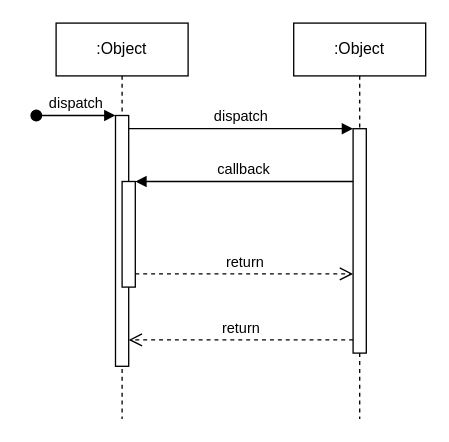
Above: 제목 없는 다이어그램.drawio in ghodome/note (draw.io), before the change. Source tidied: cells renumbered, new cells numbered last; positions are measured from the earlier drawing's top-left corner, leaving out a move shared by most shapes. Both pictures are drawn from the tidied source at 132%, with x=0, y=0 at pixel (36, 22).
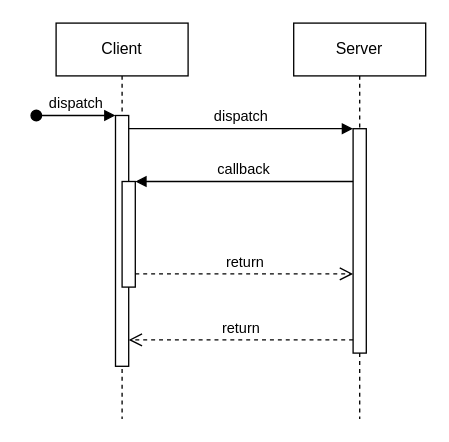
The same page after the edit.

Commit message:
제목 없는 다이어그램.drawio 업데이트

Change to the diagram source:
```diff
@@
 <mxGraphModel>
   <root>
     <mxCell id="0" />
     <mxCell id="1" parent="0" />
-    <mxCell id="2" value=":Object" style="shape=umlLifeline;perimeter=lifelinePerimeter;whiteSpace=wrap;html=1;newEdgeStyle={&quot;edgeStyle&quot;:&quot;elbowEdgeStyle&quot;,&quot;elbow&quot;:&quot;vertical&quot;,&quot;curved&quot;:0,&quot;rounded&quot;:0};" parent="1" vertex="1">
+    <mxCell id="2" value="Client" style="shape=umlLifeline;perimeter=lifelinePerimeter;whiteSpace=wrap;html=1;newEdgeStyle={&quot;edgeStyle&quot;:&quot;elbowEdgeStyle&quot;,&quot;elbow&quot;:&quot;vertical&quot;,&quot;curved&quot;:0,&quot;rounded&quot;:0};" parent="1" vertex="1">
       <mxGeometry x="15" width="100" height="300" as="geometry" />
     </mxCell>
     <mxCell id="3" style="html=1;points=[];perimeter=orthogonalPerimeter;outlineConnect=0;targetShapes=umlLifeline;portConstraint=eastwest;newEdgeStyle={&quot;edgeStyle&quot;:&quot;elbowEdgeStyle&quot;,&quot;elbow&quot;:&quot;vertical&quot;,&quot;curved&quot;:0,&quot;rounded&quot;:0};" parent="2" vertex="1">
       <mxGeometry x="45" y="70" width="10" height="190" as="geometry" />
     </mxCell>
     <mxCell id="4" value="dispatch" style="html=1;verticalAlign=bottom;startArrow=oval;endArrow=block;startSize=8;edgeStyle=elbowEdgeStyle;elbow=vertical;curved=0;rounded=0;" parent="2" edge="1" target="3">
       <mxGeometry relative="1" as="geometry">
         <mxPoint x="-15" y="70" as="sourcePoint" />
       </mxGeometry>
     </mxCell>
     <mxCell id="5" style="html=1;points=[];perimeter=orthogonalPerimeter;outlineConnect=0;targetShapes=umlLifeline;portConstraint=eastwest;newEdgeStyle={&quot;edgeStyle&quot;:&quot;elbowEdgeStyle&quot;,&quot;elbow&quot;:&quot;vertical&quot;,&quot;curved&quot;:0,&quot;rounded&quot;:0};" parent="2" vertex="1">
       <mxGeometry x="50" y="120" width="10" height="80" as="geometry" />
     </mxCell>
-    <mxCell id="6" value=":Object" style="shape=umlLifeline;perimeter=lifelinePerimeter;whiteSpace=wrap;html=1;newEdgeStyle={&quot;edgeStyle&quot;:&quot;elbowEdgeStyle&quot;,&quot;elbow&quot;:&quot;vertical&quot;,&quot;curved&quot;:0,&quot;rounded&quot;:0};" parent="1" vertex="1">
+    <mxCell id="6" value="Server" style="shape=umlLifeline;perimeter=lifelinePerimeter;whiteSpace=wrap;html=1;newEdgeStyle={&quot;edgeStyle&quot;:&quot;elbowEdgeStyle&quot;,&quot;elbow&quot;:&quot;vertical&quot;,&quot;curved&quot;:0,&quot;rounded&quot;:0};" parent="1" vertex="1">
       <mxGeometry x="195" width="100" height="300" as="geometry" />
     </mxCell>
     <mxCell id="7" style="html=1;points=[];perimeter=orthogonalPerimeter;outlineConnect=0;targetShapes=umlLifeline;portConstraint=eastwest;newEdgeStyle={&quot;edgeStyle&quot;:&quot;elbowEdgeStyle&quot;,&quot;elbow&quot;:&quot;vertical&quot;,&quot;curved&quot;:0,&quot;rounded&quot;:0};" parent="6" vertex="1">
       <mxGeometry x="45" y="80" width="10" height="170" as="geometry" />
     </mxCell>
     <mxCell id="8" value="dispatch" style="html=1;verticalAlign=bottom;endArrow=block;edgeStyle=elbowEdgeStyle;elbow=vertical;curved=0;rounded=0;" parent="1" edge="1" source="3" target="7">
       <mxGeometry relative="1" as="geometry">
         <Array as="points">
           <mxPoint x="155" y="80" />
         </Array>
       </mxGeometry>
     </mxCell>
     <mxCell id="9" value="return" style="html=1;verticalAlign=bottom;endArrow=open;dashed=1;endSize=8;edgeStyle=elbowEdgeStyle;elbow=vertical;curved=0;rounded=0;" parent="1" edge="1" source="7" target="3">
       <mxGeometry relative="1" as="geometry">
         <Array as="points">
           <mxPoint x="165" y="240" />
         </Array>
       </mxGeometry>
     </mxCell>
     <mxCell id="10" value="callback" style="html=1;verticalAlign=bottom;endArrow=block;edgeStyle=elbowEdgeStyle;elbow=vertical;curved=0;rounded=0;" parent="1" edge="1" source="7" target="5">
       <mxGeometry relative="1" as="geometry">
         <Array as="points">
           <mxPoint x="165" y="120" />
         </Array>
       </mxGeometry>
     </mxCell>
     <mxCell id="11" value="return" style="html=1;verticalAlign=bottom;endArrow=open;dashed=1;endSize=8;edgeStyle=elbowEdgeStyle;elbow=vertical;curved=0;rounded=0;" parent="1" edge="1" source="5" target="7">
       <mxGeometry relative="1" as="geometry">
         <Array as="points">
           <mxPoint x="155" y="190" />
         </Array>
       </mxGeometry>
     </mxCell>
   </root>
 </mxGraphModel>
```
